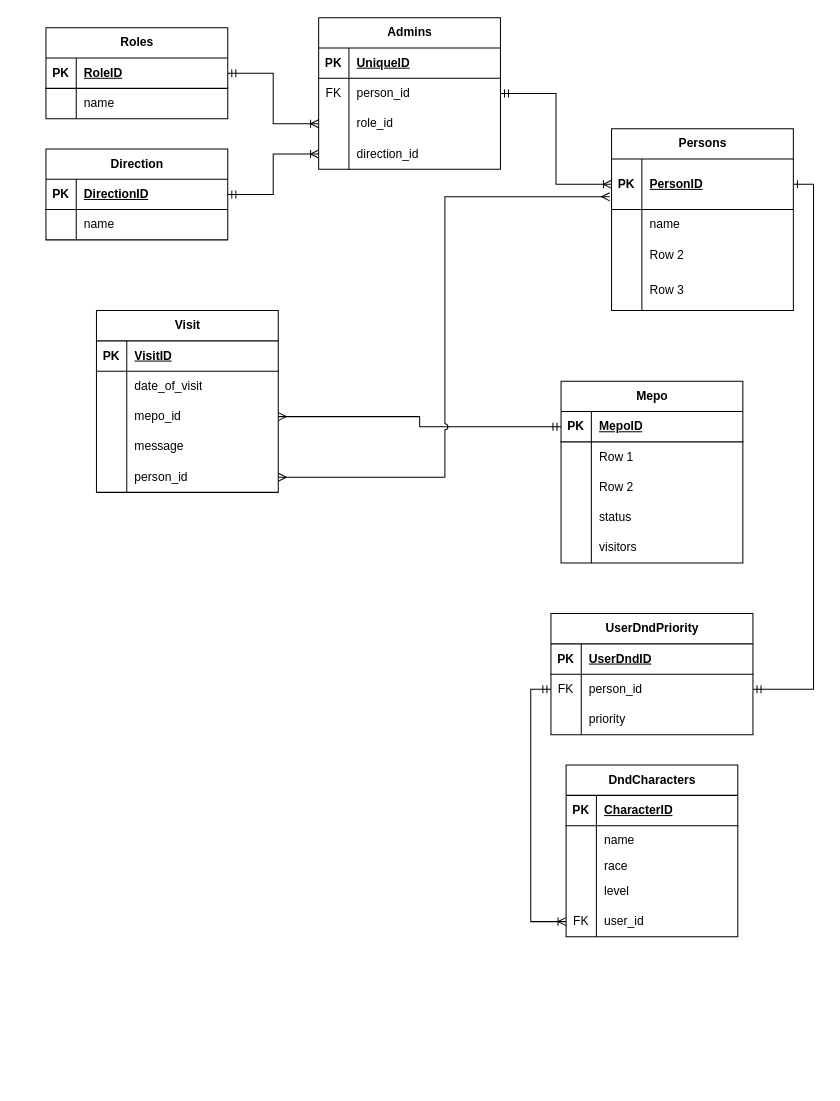
Earlier version of the draw.io diagram venv/Scripts/Тест.drawio (GooDDoGGoD/blog). Source tidied: cells renumbered, new cells numbered last; positions are measured from the earlier drawing's top-left corner, leaving out a move shared by most shapes. Both pictures are drawn from the tidied source at 101%, with x=0, y=0 at pixel (45, 17).
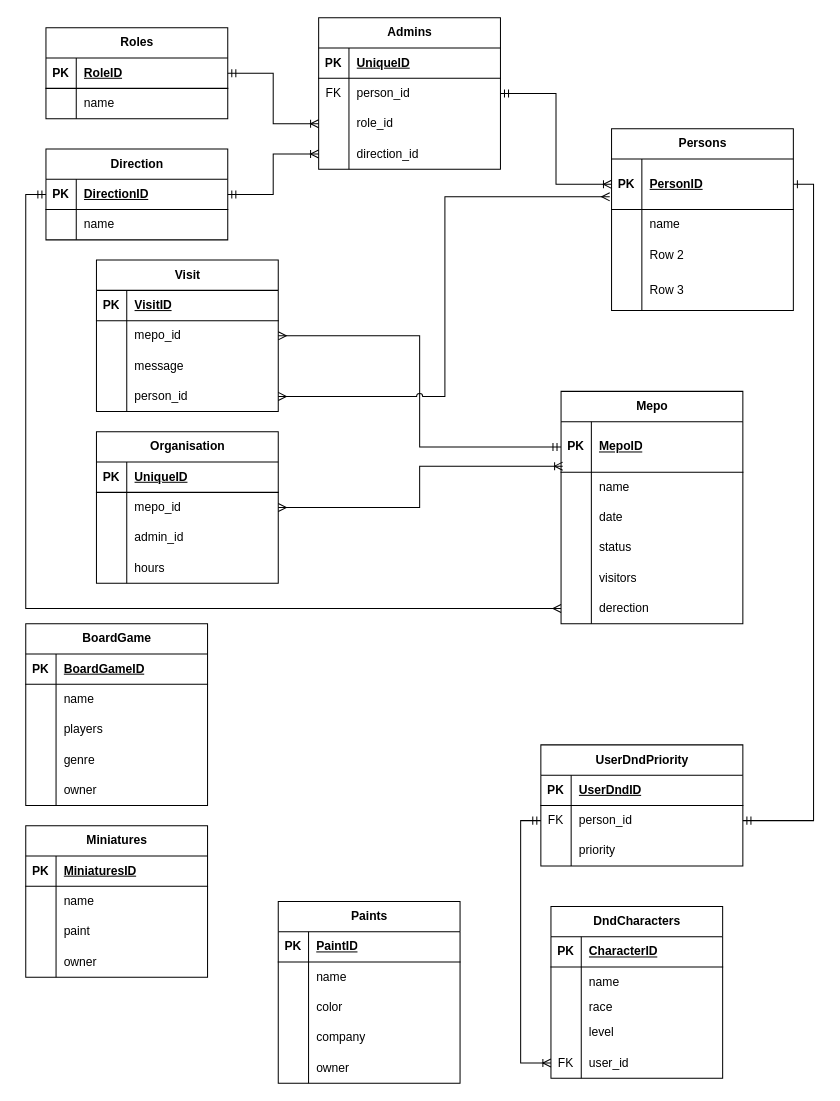
Above is the later version.

The change refers to these unchanged cells:
```xml
<mxCell id="62" style="shape=tableRow;horizontal=0;startSize=0;swimlaneHead=0;swimlaneBody=0;fillColor=none;points=[[0,0.5],[1,0.5]];portConstraint=eastwest;top=0;left=0;right=0;bottom=1;" parent="61" vertex="1">
  <mxGeometry y="30" width="180" height="30" as="geometry" />
</mxCell>
```

The edit, as a diff of the source:
```diff
@@
     <mxCell id="2" value="UserDndPriority" style="shape=table;startSize=30;childLayout=tableLayout;rowLines=0;fontStyle=1;align=center;html=1;" parent="1" vertex="1">
-      <mxGeometry x="500" y="590" width="200" height="120" as="geometry" />
+      <mxGeometry x="490" y="720" width="200" height="120" as="geometry" />
     </mxCell>
@@
     <mxCell id="12" value="DndCharacters" style="shape=table;startSize=30;childLayout=tableLayout;rowLines=0;fontStyle=1;align=center;html=1;" parent="1" vertex="1">
-      <mxGeometry x="515" y="740" width="170" height="170" as="geometry" />
+      <mxGeometry x="500" y="880" width="170" height="170" as="geometry" />
     </mxCell>
@@
     <mxCell id="72" value="Visit" style="shape=table;startSize=30;childLayout=tableLayout;rowLines=0;fontStyle=1;align=center;html=1;" parent="1" vertex="1">
-      <mxGeometry x="50" y="290" width="180" height="180" as="geometry" />
+      <mxGeometry x="50" y="240" width="180" height="150" as="geometry" />
     </mxCell>
@@
-    <mxCell id="76" style="shape=tableRow;horizontal=0;startSize=0;swimlaneHead=0;swimlaneBody=0;fillColor=none;top=0;left=0;right=0;bottom=0;" parent="72" vertex="1">
-      <mxGeometry y="60" width="180" height="30" as="geometry" />
-    </mxCell>
-    <mxCell id="77" style="shape=partialRectangle;fillColor=none;top=0;left=0;bottom=0;right=0;overflow=hidden;whiteSpace=wrap;html=1;" parent="76" vertex="1">
-      <mxGeometry width="30" height="30" as="geometry" />
-    </mxCell>
-    <mxCell id="78" value="date_of_visit" style="shape=partialRectangle;fillColor=none;top=0;left=0;bottom=0;right=0;align=left;spacingLeft=6;overflow=hidden;whiteSpace=wrap;html=1;" parent="76" vertex="1">
-      <mxGeometry x="30" width="150" height="30" as="geometry" />
-    </mxCell>
     <mxCell id="79" style="shape=tableRow;horizontal=0;startSize=0;swimlaneHead=0;swimlaneBody=0;fillColor=none;points=[[0,0.5],[1,0.5]];portConstraint=eastwest;top=0;left=0;right=0;bottom=0;" parent="72" vertex="1">
-      <mxGeometry y="90" width="180" height="30" as="geometry" />
+      <mxGeometry y="60" width="180" height="30" as="geometry" />
     </mxCell>
@@
     <mxCell id="82" style="shape=tableRow;horizontal=0;startSize=0;swimlaneHead=0;swimlaneBody=0;fillColor=none;top=0;left=0;right=0;bottom=0;" parent="72" vertex="1">
-      <mxGeometry y="120" width="180" height="30" as="geometry" />
+      <mxGeometry y="90" width="180" height="30" as="geometry" />
     </mxCell>
@@
     <mxCell id="85" style="shape=tableRow;horizontal=0;startSize=0;swimlaneHead=0;swimlaneBody=0;fillColor=none;points=[[0,0.5],[1,0.5]];portConstraint=eastwest;top=0;left=0;right=0;bottom=0;" parent="72" vertex="1">
-      <mxGeometry y="150" width="180" height="30" as="geometry" />
+      <mxGeometry y="120" width="180" height="30" as="geometry" />
     </mxCell>
@@
     <mxCell id="88" value="Mepo" style="shape=table;startSize=30;childLayout=tableLayout;rowLines=0;fontStyle=1;align=center;html=1;" parent="1" vertex="1">
-      <mxGeometry x="510" y="360" width="180" height="180" as="geometry" />
+      <mxGeometry x="510" y="370" width="180" height="230" as="geometry" />
     </mxCell>
     <mxCell id="89" style="shape=tableRow;horizontal=0;startSize=0;swimlaneHead=0;swimlaneBody=0;fillColor=none;points=[[0,0.5],[1,0.5]];portConstraint=eastwest;top=0;left=0;right=0;bottom=1;" parent="88" vertex="1">
-      <mxGeometry y="30" width="180" height="30" as="geometry" />
+      <mxGeometry y="30" width="180" height="50" as="geometry" />
     </mxCell>
     <mxCell id="90" value="PK" style="shape=partialRectangle;fillColor=none;top=0;left=0;bottom=0;right=0;fontStyle=1;overflow=hidden;whiteSpace=wrap;html=1;" parent="89" vertex="1">
-      <mxGeometry width="30" height="30" as="geometry" />
+      <mxGeometry width="30" height="50" as="geometry" />
     </mxCell>
     <mxCell id="91" value="MepoID" style="shape=partialRectangle;fillColor=none;top=0;left=0;bottom=0;right=0;align=left;spacingLeft=6;fontStyle=5;overflow=hidden;whiteSpace=wrap;html=1;" parent="89" vertex="1">
-      <mxGeometry x="30" width="150" height="30" as="geometry" />
+      <mxGeometry x="30" width="150" height="50" as="geometry" />
     </mxCell>
     <mxCell id="92" style="shape=tableRow;horizontal=0;startSize=0;swimlaneHead=0;swimlaneBody=0;fillColor=none;top=0;left=0;right=0;bottom=0;" parent="88" vertex="1">
-      <mxGeometry y="60" width="180" height="30" as="geometry" />
+      <mxGeometry y="80" width="180" height="30" as="geometry" />
     </mxCell>
@@
-    <mxCell id="94" value="Row 1" style="shape=partialRectangle;fillColor=none;top=0;left=0;bottom=0;right=0;align=left;spacingLeft=6;overflow=hidden;whiteSpace=wrap;html=1;" parent="92" vertex="1">
+    <mxCell id="94" value="name" style="shape=partialRectangle;fillColor=none;top=0;left=0;bottom=0;right=0;align=left;spacingLeft=6;overflow=hidden;whiteSpace=wrap;html=1;" parent="92" vertex="1">
       <mxGeometry x="30" width="150" height="30" as="geometry" />
     </mxCell>
     <mxCell id="95" style="shape=tableRow;horizontal=0;startSize=0;swimlaneHead=0;swimlaneBody=0;fillColor=none;top=0;left=0;right=0;bottom=0;" parent="88" vertex="1">
-      <mxGeometry y="90" width="180" height="30" as="geometry" />
+      <mxGeometry y="110" width="180" height="30" as="geometry" />
     </mxCell>
@@
-    <mxCell id="97" value="Row 2" style="shape=partialRectangle;fillColor=none;top=0;left=0;bottom=0;right=0;align=left;spacingLeft=6;overflow=hidden;whiteSpace=wrap;html=1;" parent="95" vertex="1">
+    <mxCell id="97" value="date" style="shape=partialRectangle;fillColor=none;top=0;left=0;bottom=0;right=0;align=left;spacingLeft=6;overflow=hidden;whiteSpace=wrap;html=1;" parent="95" vertex="1">
       <mxGeometry x="30" width="150" height="30" as="geometry" />
     </mxCell>
     <mxCell id="98" style="shape=tableRow;horizontal=0;startSize=0;swimlaneHead=0;swimlaneBody=0;fillColor=none;top=0;left=0;right=0;bottom=0;" parent="88" vertex="1">
-      <mxGeometry y="120" width="180" height="30" as="geometry" />
+      <mxGeometry y="140" width="180" height="30" as="geometry" />
     </mxCell>
@@
     <mxCell id="101" style="shape=tableRow;horizontal=0;startSize=0;swimlaneHead=0;swimlaneBody=0;fillColor=none;top=0;left=0;right=0;bottom=0;" parent="88" vertex="1">
-      <mxGeometry y="150" width="180" height="30" as="geometry" />
+      <mxGeometry y="170" width="180" height="30" as="geometry" />
     </mxCell>
@@
+    <mxCell id="107" style="shape=tableRow;horizontal=0;startSize=0;swimlaneHead=0;swimlaneBody=0;fillColor=none;points=[[0,0.5],[1,0.5]];portConstraint=eastwest;top=0;left=0;right=0;bottom=0;" parent="88" vertex="1">
+      <mxGeometry y="200" width="180" height="30" as="geometry" />
+    </mxCell>
+    <mxCell id="108" style="shape=partialRectangle;fillColor=none;top=0;left=0;bottom=0;right=0;overflow=hidden;whiteSpace=wrap;html=1;" parent="107" vertex="1">
+      <mxGeometry width="30" height="30" as="geometry" />
+    </mxCell>
+    <mxCell id="109" value="derection" style="shape=partialRectangle;fillColor=none;top=0;left=0;bottom=0;right=0;align=left;spacingLeft=6;overflow=hidden;whiteSpace=wrap;html=1;" parent="107" vertex="1">
+      <mxGeometry x="30" width="150" height="30" as="geometry" />
+    </mxCell>
@@
+    <mxCell id="110" style="edgeStyle=orthogonalEdgeStyle;rounded=0;jettySize=auto;html=1;entryX=0;entryY=0.5;entryDx=0;entryDy=0;endArrow=ERmandOne;endFill=0;startArrow=ERmany;startFill=0;" parent="1" edge="1" source="107" target="62">
+      <mxGeometry relative="1" as="geometry" />
+    </mxCell>
+    <mxCell id="111" value="Organisation" style="shape=table;startSize=30;childLayout=tableLayout;rowLines=0;fontStyle=1;align=center;html=1;" parent="1" vertex="1">
+      <mxGeometry x="50" y="410" width="180" height="150" as="geometry" />
+    </mxCell>
+    <mxCell id="112" style="shape=tableRow;horizontal=0;startSize=0;swimlaneHead=0;swimlaneBody=0;fillColor=none;top=0;left=0;right=0;bottom=1;" parent="111" vertex="1">
+      <mxGeometry y="30" width="180" height="30" as="geometry" />
+    </mxCell>
+    <mxCell id="113" value="PK" style="shape=partialRectangle;fillColor=none;top=0;left=0;bottom=0;right=0;fontStyle=1;overflow=hidden;whiteSpace=wrap;html=1;" parent="112" vertex="1">
+      <mxGeometry width="30" height="30" as="geometry" />
+    </mxCell>
+    <mxCell id="114" value="UniqueID" style="shape=partialRectangle;fillColor=none;top=0;left=0;bottom=0;right=0;align=left;spacingLeft=6;fontStyle=5;overflow=hidden;whiteSpace=wrap;html=1;" parent="112" vertex="1">
+      <mxGeometry x="30" width="150" height="30" as="geometry" />
+    </mxCell>
+    <mxCell id="115" style="shape=tableRow;horizontal=0;startSize=0;swimlaneHead=0;swimlaneBody=0;fillColor=none;points=[[0,0.5],[1,0.5]];portConstraint=eastwest;top=0;left=0;right=0;bottom=0;" parent="111" vertex="1">
+      <mxGeometry y="60" width="180" height="30" as="geometry" />
+    </mxCell>
+    <mxCell id="116" style="shape=partialRectangle;fillColor=none;top=0;left=0;bottom=0;right=0;overflow=hidden;whiteSpace=wrap;html=1;" parent="115" vertex="1">
+      <mxGeometry width="30" height="30" as="geometry" />
+    </mxCell>
+    <mxCell id="117" value="mepo_id" style="shape=partialRectangle;fillColor=none;top=0;left=0;bottom=0;right=0;align=left;spacingLeft=6;overflow=hidden;whiteSpace=wrap;html=1;" parent="115" vertex="1">
+      <mxGeometry x="30" width="150" height="30" as="geometry" />
+    </mxCell>
+    <mxCell id="118" style="shape=tableRow;horizontal=0;startSize=0;swimlaneHead=0;swimlaneBody=0;fillColor=none;top=0;left=0;right=0;bottom=0;" parent="111" vertex="1">
+      <mxGeometry y="90" width="180" height="30" as="geometry" />
+    </mxCell>
+    <mxCell id="119" style="shape=partialRectangle;fillColor=none;top=0;left=0;bottom=0;right=0;overflow=hidden;whiteSpace=wrap;html=1;" parent="118" vertex="1">
+      <mxGeometry width="30" height="30" as="geometry" />
+    </mxCell>
+    <mxCell id="120" value="admin_id" style="shape=partialRectangle;fillColor=none;top=0;left=0;bottom=0;right=0;align=left;spacingLeft=6;overflow=hidden;whiteSpace=wrap;html=1;" parent="118" vertex="1">
+      <mxGeometry x="30" width="150" height="30" as="geometry" />
+    </mxCell>
+    <mxCell id="121" style="shape=tableRow;horizontal=0;startSize=0;swimlaneHead=0;swimlaneBody=0;fillColor=none;top=0;left=0;right=0;bottom=0;" parent="111" vertex="1">
+      <mxGeometry y="120" width="180" height="30" as="geometry" />
+    </mxCell>
+    <mxCell id="122" style="shape=partialRectangle;fillColor=none;top=0;left=0;bottom=0;right=0;overflow=hidden;whiteSpace=wrap;html=1;" parent="121" vertex="1">
+      <mxGeometry width="30" height="30" as="geometry" />
+    </mxCell>
+    <mxCell id="123" value="hours" style="shape=partialRectangle;fillColor=none;top=0;left=0;bottom=0;right=0;align=left;spacingLeft=6;overflow=hidden;whiteSpace=wrap;html=1;" parent="121" vertex="1">
+      <mxGeometry x="30" width="150" height="30" as="geometry" />
+    </mxCell>
+    <mxCell id="124" style="edgeStyle=orthogonalEdgeStyle;rounded=0;jettySize=auto;html=1;entryX=0.009;entryY=0.881;entryDx=0;entryDy=0;entryPerimeter=0;endArrow=ERoneToMany;endFill=0;startArrow=ERmany;startFill=0;jumpStyle=arc;" parent="1" edge="1" source="115" target="89">
+      <mxGeometry relative="1" as="geometry" />
+    </mxCell>
+    <mxCell id="125" value="BoardGame" style="shape=table;startSize=30;childLayout=tableLayout;rowLines=0;fontStyle=1;align=center;html=1;" parent="1" vertex="1">
+      <mxGeometry x="-20" y="600" width="180" height="180" as="geometry" />
+    </mxCell>
+    <mxCell id="126" style="shape=tableRow;horizontal=0;startSize=0;swimlaneHead=0;swimlaneBody=0;fillColor=none;top=0;left=0;right=0;bottom=1;" parent="125" vertex="1">
+      <mxGeometry y="30" width="180" height="30" as="geometry" />
+    </mxCell>
+    <mxCell id="127" value="PK" style="shape=partialRectangle;fillColor=none;top=0;left=0;bottom=0;right=0;fontStyle=1;overflow=hidden;whiteSpace=wrap;html=1;" parent="126" vertex="1">
+      <mxGeometry width="30" height="30" as="geometry" />
+    </mxCell>
+    <mxCell id="128" value="BoardGameID" style="shape=partialRectangle;fillColor=none;top=0;left=0;bottom=0;right=0;align=left;spacingLeft=6;fontStyle=5;overflow=hidden;whiteSpace=wrap;html=1;" parent="126" vertex="1">
+      <mxGeometry x="30" width="150" height="30" as="geometry" />
+    </mxCell>
+    <mxCell id="129" style="shape=tableRow;horizontal=0;startSize=0;swimlaneHead=0;swimlaneBody=0;fillColor=none;top=0;left=0;right=0;bottom=0;" parent="125" vertex="1">
+      <mxGeometry y="60" width="180" height="30" as="geometry" />
+    </mxCell>
+    <mxCell id="130" style="shape=partialRectangle;fillColor=none;top=0;left=0;bottom=0;right=0;overflow=hidden;whiteSpace=wrap;html=1;" parent="129" vertex="1">
+      <mxGeometry width="30" height="30" as="geometry" />
+    </mxCell>
+    <mxCell id="131" value="name" style="shape=partialRectangle;fillColor=none;top=0;left=0;bottom=0;right=0;align=left;spacingLeft=6;overflow=hidden;whiteSpace=wrap;html=1;" parent="129" vertex="1">
+      <mxGeometry x="30" width="150" height="30" as="geometry" />
+    </mxCell>
+    <mxCell id="132" style="shape=tableRow;horizontal=0;startSize=0;swimlaneHead=0;swimlaneBody=0;fillColor=none;top=0;left=0;right=0;bottom=0;" parent="125" vertex="1">
+      <mxGeometry y="90" width="180" height="30" as="geometry" />
+    </mxCell>
+    <mxCell id="133" style="shape=partialRectangle;fillColor=none;top=0;left=0;bottom=0;right=0;overflow=hidden;whiteSpace=wrap;html=1;" parent="132" vertex="1">
+      <mxGeometry width="30" height="30" as="geometry" />
+    </mxCell>
+    <mxCell id="134" value="players" style="shape=partialRectangle;fillColor=none;top=0;left=0;bottom=0;right=0;align=left;spacingLeft=6;overflow=hidden;whiteSpace=wrap;html=1;" parent="132" vertex="1">
+      <mxGeometry x="30" width="150" height="30" as="geometry" />
+    </mxCell>
+    <mxCell id="135" style="shape=tableRow;horizontal=0;startSize=0;swimlaneHead=0;swimlaneBody=0;fillColor=none;top=0;left=0;right=0;bottom=0;" parent="125" vertex="1">
+      <mxGeometry y="120" width="180" height="30" as="geometry" />
+    </mxCell>
+    <mxCell id="136" style="shape=partialRectangle;fillColor=none;top=0;left=0;bottom=0;right=0;overflow=hidden;whiteSpace=wrap;html=1;" parent="135" vertex="1">
+      <mxGeometry width="30" height="30" as="geometry" />
+    </mxCell>
+    <mxCell id="137" value="genre" style="shape=partialRectangle;fillColor=none;top=0;left=0;bottom=0;right=0;align=left;spacingLeft=6;overflow=hidden;whiteSpace=wrap;html=1;" parent="135" vertex="1">
+      <mxGeometry x="30" width="150" height="30" as="geometry" />
+    </mxCell>
+    <mxCell id="138" style="shape=tableRow;horizontal=0;startSize=0;swimlaneHead=0;swimlaneBody=0;fillColor=none;top=0;left=0;right=0;bottom=0;" parent="125" vertex="1">
+      <mxGeometry y="150" width="180" height="30" as="geometry" />
+    </mxCell>
+    <mxCell id="139" style="shape=partialRectangle;fillColor=none;top=0;left=0;bottom=0;right=0;overflow=hidden;whiteSpace=wrap;html=1;" parent="138" vertex="1">
+      <mxGeometry width="30" height="30" as="geometry" />
+    </mxCell>
+    <mxCell id="140" value="owner" style="shape=partialRectangle;fillColor=none;top=0;left=0;bottom=0;right=0;align=left;spacingLeft=6;overflow=hidden;whiteSpace=wrap;html=1;" parent="138" vertex="1">
+      <mxGeometry x="30" width="150" height="30" as="geometry" />
+    </mxCell>
+    <mxCell id="141" value="Miniatures" style="shape=table;startSize=30;childLayout=tableLayout;rowLines=0;fontStyle=1;align=center;html=1;" parent="1" vertex="1">
+      <mxGeometry x="-20" y="800" width="180" height="150" as="geometry" />
+    </mxCell>
+    <mxCell id="142" style="shape=tableRow;horizontal=0;startSize=0;swimlaneHead=0;swimlaneBody=0;fillColor=none;top=0;left=0;right=0;bottom=1;" parent="141" vertex="1">
+      <mxGeometry y="30" width="180" height="30" as="geometry" />
+    </mxCell>
+    <mxCell id="143" value="PK" style="shape=partialRectangle;fillColor=none;top=0;left=0;bottom=0;right=0;fontStyle=1;overflow=hidden;whiteSpace=wrap;html=1;" parent="142" vertex="1">
+      <mxGeometry width="30" height="30" as="geometry" />
+    </mxCell>
+    <mxCell id="144" value="MiniaturesID" style="shape=partialRectangle;fillColor=none;top=0;left=0;bottom=0;right=0;align=left;spacingLeft=6;fontStyle=5;overflow=hidden;whiteSpace=wrap;html=1;" parent="142" vertex="1">
+      <mxGeometry x="30" width="150" height="30" as="geometry" />
+    </mxCell>
+    <mxCell id="145" style="shape=tableRow;horizontal=0;startSize=0;swimlaneHead=0;swimlaneBody=0;fillColor=none;top=0;left=0;right=0;bottom=0;" parent="141" vertex="1">
+      <mxGeometry y="60" width="180" height="30" as="geometry" />
+    </mxCell>
+    <mxCell id="146" style="shape=partialRectangle;fillColor=none;top=0;left=0;bottom=0;right=0;overflow=hidden;whiteSpace=wrap;html=1;" parent="145" vertex="1">
+      <mxGeometry width="30" height="30" as="geometry" />
+    </mxCell>
+    <mxCell id="147" value="name" style="shape=partialRectangle;fillColor=none;top=0;left=0;bottom=0;right=0;align=left;spacingLeft=6;overflow=hidden;whiteSpace=wrap;html=1;" parent="145" vertex="1">
+      <mxGeometry x="30" width="150" height="30" as="geometry" />
+    </mxCell>
+    <mxCell id="148" style="shape=tableRow;horizontal=0;startSize=0;swimlaneHead=0;swimlaneBody=0;fillColor=none;top=0;left=0;right=0;bottom=0;" parent="141" vertex="1">
+      <mxGeometry y="90" width="180" height="30" as="geometry" />
+    </mxCell>
+    <mxCell id="149" style="shape=partialRectangle;fillColor=none;top=0;left=0;bottom=0;right=0;overflow=hidden;whiteSpace=wrap;html=1;" parent="148" vertex="1">
+      <mxGeometry width="30" height="30" as="geometry" />
+    </mxCell>
+    <mxCell id="150" value="paint" style="shape=partialRectangle;fillColor=none;top=0;left=0;bottom=0;right=0;align=left;spacingLeft=6;overflow=hidden;whiteSpace=wrap;html=1;" parent="148" vertex="1">
+      <mxGeometry x="30" width="150" height="30" as="geometry" />
+    </mxCell>
+    <mxCell id="151" style="shape=tableRow;horizontal=0;startSize=0;swimlaneHead=0;swimlaneBody=0;fillColor=none;top=0;left=0;right=0;bottom=0;" parent="141" vertex="1">
+      <mxGeometry y="120" width="180" height="30" as="geometry" />
+    </mxCell>
+    <mxCell id="152" style="shape=partialRectangle;fillColor=none;top=0;left=0;bottom=0;right=0;overflow=hidden;whiteSpace=wrap;html=1;" parent="151" vertex="1">
+      <mxGeometry width="30" height="30" as="geometry" />
+    </mxCell>
+    <mxCell id="153" value="owner" style="shape=partialRectangle;fillColor=none;top=0;left=0;bottom=0;right=0;align=left;spacingLeft=6;overflow=hidden;whiteSpace=wrap;html=1;" parent="151" vertex="1">
+      <mxGeometry x="30" width="150" height="30" as="geometry" />
+    </mxCell>
+    <mxCell id="154" value="Paints" style="shape=table;startSize=30;childLayout=tableLayout;rowLines=0;fontStyle=1;align=center;html=1;" parent="1" vertex="1">
+      <mxGeometry x="230" y="875" width="180" height="180" as="geometry" />
+    </mxCell>
+    <mxCell id="155" style="shape=tableRow;horizontal=0;startSize=0;swimlaneHead=0;swimlaneBody=0;fillColor=none;top=0;left=0;right=0;bottom=1;" parent="154" vertex="1">
+      <mxGeometry y="30" width="180" height="30" as="geometry" />
+    </mxCell>
+    <mxCell id="156" value="PK" style="shape=partialRectangle;fillColor=none;top=0;left=0;bottom=0;right=0;fontStyle=1;overflow=hidden;whiteSpace=wrap;html=1;" parent="155" vertex="1">
+      <mxGeometry width="30" height="30" as="geometry" />
+    </mxCell>
+    <mxCell id="157" value="PaintID" style="shape=partialRectangle;fillColor=none;top=0;left=0;bottom=0;right=0;align=left;spacingLeft=6;fontStyle=5;overflow=hidden;whiteSpace=wrap;html=1;" parent="155" vertex="1">
+      <mxGeometry x="30" width="150" height="30" as="geometry" />
+    </mxCell>
+    <mxCell id="158" style="shape=tableRow;horizontal=0;startSize=0;swimlaneHead=0;swimlaneBody=0;fillColor=none;top=0;left=0;right=0;bottom=0;" parent="154" vertex="1">
+      <mxGeometry y="60" width="180" height="30" as="geometry" />
+    </mxCell>
+    <mxCell id="159" style="shape=partialRectangle;fillColor=none;top=0;left=0;bottom=0;right=0;overflow=hidden;whiteSpace=wrap;html=1;" parent="158" vertex="1">
+      <mxGeometry width="30" height="30" as="geometry" />
+    </mxCell>
+    <mxCell id="160" value="name" style="shape=partialRectangle;fillColor=none;top=0;left=0;bottom=0;right=0;align=left;spacingLeft=6;overflow=hidden;whiteSpace=wrap;html=1;" parent="158" vertex="1">
+      <mxGeometry x="30" width="150" height="30" as="geometry" />
+    </mxCell>
+    <mxCell id="161" style="shape=tableRow;horizontal=0;startSize=0;swimlaneHead=0;swimlaneBody=0;fillColor=none;top=0;left=0;right=0;bottom=0;" parent="154" vertex="1">
+      <mxGeometry y="90" width="180" height="30" as="geometry" />
+    </mxCell>
+    <mxCell id="162" style="shape=partialRectangle;fillColor=none;top=0;left=0;bottom=0;right=0;overflow=hidden;whiteSpace=wrap;html=1;" parent="161" vertex="1">
+      <mxGeometry width="30" height="30" as="geometry" />
+    </mxCell>
+    <mxCell id="163" value="color" style="shape=partialRectangle;fillColor=none;top=0;left=0;bottom=0;right=0;align=left;spacingLeft=6;overflow=hidden;whiteSpace=wrap;html=1;" parent="161" vertex="1">
+      <mxGeometry x="30" width="150" height="30" as="geometry" />
+    </mxCell>
+    <mxCell id="164" style="shape=tableRow;horizontal=0;startSize=0;swimlaneHead=0;swimlaneBody=0;fillColor=none;top=0;left=0;right=0;bottom=0;" parent="154" vertex="1">
+      <mxGeometry y="120" width="180" height="30" as="geometry" />
+    </mxCell>
+    <mxCell id="165" style="shape=partialRectangle;fillColor=none;top=0;left=0;bottom=0;right=0;overflow=hidden;whiteSpace=wrap;html=1;" parent="164" vertex="1">
+      <mxGeometry width="30" height="30" as="geometry" />
+    </mxCell>
+    <mxCell id="166" value="company" style="shape=partialRectangle;fillColor=none;top=0;left=0;bottom=0;right=0;align=left;spacingLeft=6;overflow=hidden;whiteSpace=wrap;html=1;" parent="164" vertex="1">
+      <mxGeometry x="30" width="150" height="30" as="geometry" />
+    </mxCell>
+    <mxCell id="167" style="shape=tableRow;horizontal=0;startSize=0;swimlaneHead=0;swimlaneBody=0;fillColor=none;top=0;left=0;right=0;bottom=0;" parent="154" vertex="1">
+      <mxGeometry y="150" width="180" height="30" as="geometry" />
+    </mxCell>
+    <mxCell id="168" style="shape=partialRectangle;fillColor=none;top=0;left=0;bottom=0;right=0;overflow=hidden;whiteSpace=wrap;html=1;" parent="167" vertex="1">
+      <mxGeometry width="30" height="30" as="geometry" />
+    </mxCell>
+    <mxCell id="169" value="owner" style="shape=partialRectangle;fillColor=none;top=0;left=0;bottom=0;right=0;align=left;spacingLeft=6;overflow=hidden;whiteSpace=wrap;html=1;" parent="167" vertex="1">
+      <mxGeometry x="30" width="150" height="30" as="geometry" />
+    </mxCell>
```
